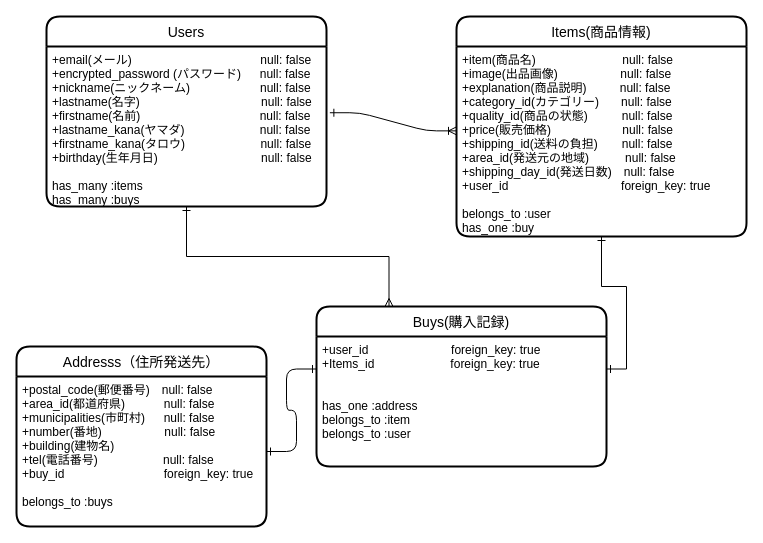
yux521/furima-32972 keeps this draw.io diagram as furima.dio. Above is the earlier version. Source tidied: cells renumbered, new cells numbered last; positions are measured from the earlier drawing's top-left corner, leaving out a move shared by most shapes. Both pictures are drawn from the tidied source at 100%, with x=0, y=0 at pixel (16, 16).
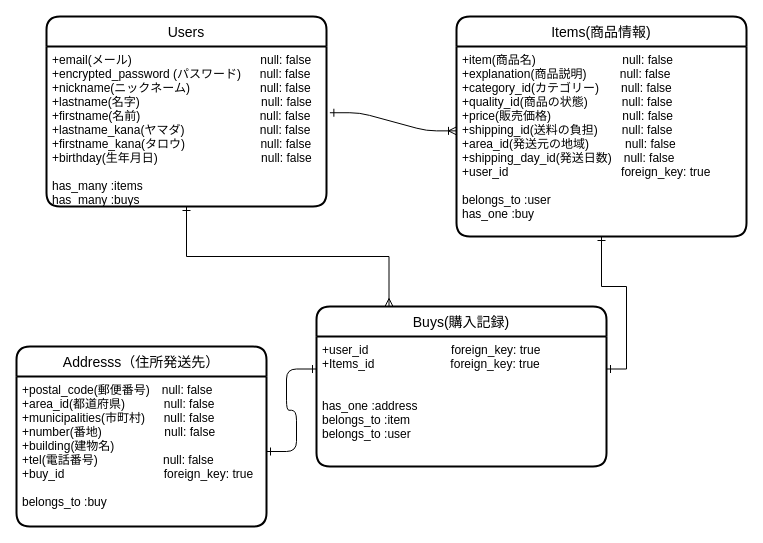
Above is the later version.

Commit message:
データベース設計（ER図の修正）

What changed in the source:
```diff
@@
 <mxGraphModel>
   <root>
     <mxCell id="0" />
     <mxCell id="1" parent="0" />
     <mxCell id="2" value="Users" style="swimlane;horizontal=1;startSize=30;rounded=1;fontSize=14;fontStyle=0;strokeWidth=2;shadow=0;dashed=0;align=center;" parent="1" vertex="1">
       <mxGeometry x="30" width="280" height="190" as="geometry" />
     </mxCell>
     <mxCell id="3" value="+email(メール)                 　　　　　　null: false&#10;+encrypted_password  (パスワード)　  null: false&#10;+nickname(ニックネーム)　　　　　   null: false&#10;+lastname(名字)　 　　　　　　　　   null: false&#10;+firstname(名前)　       　　　　　　　null: false&#10;+lastname_kana(ヤマダ)　　　　　　 null: false&#10;+firstname_kana(タロウ)　　　　 　　null: false&#10;+birthday(生年月日)          　　　　　   null: false&#10;&#10;has_many :items&#10;has_many :buys" style="align=left;strokeColor=none;fillColor=none;spacingLeft=4;fontSize=12;verticalAlign=top;" parent="2" vertex="1">
       <mxGeometry y="30" width="280" height="160" as="geometry" />
     </mxCell>
     <mxCell id="4" value="Items(商品情報)" style="swimlane;horizontal=1;startSize=30;rounded=1;fontSize=14;fontStyle=0;strokeWidth=2;shadow=0;dashed=0;align=center;" parent="1" vertex="1">
       <mxGeometry x="440" width="290" height="220" as="geometry" />
     </mxCell>
-    <mxCell id="5" value="+item(商品名)　　　　　        null: false&#10;+image(出品画像)　　　        null: false&#10;+explanation(商品説明)          null: false&#10;+category_id(カテゴリー)　   null: false&#10;+quality_id(商品の状態)　　   null: false&#10;+price(販売価格)　　　　       null: false&#10;+shipping_id(送料の負担)　　null: false&#10;+area_id(発送元の地域)　　　null: false&#10;+shipping_day_id(発送日数)　null: false&#10;+user_id 　                　  　    foreign_key: true&#10;&#10;belongs_to :user&#10;has_one :buy" style="align=left;strokeColor=none;fillColor=none;spacingLeft=4;fontSize=12;verticalAlign=top;" parent="4" vertex="1">
+    <mxCell id="5" value="+item(商品名)　　　　　        null: false&#10;+explanation(商品説明)          null: false&#10;+category_id(カテゴリー)　   null: false&#10;+quality_id(商品の状態)　　   null: false&#10;+price(販売価格)　　　　       null: false&#10;+shipping_id(送料の負担)　　null: false&#10;+area_id(発送元の地域)　　　null: false&#10;+shipping_day_id(発送日数)　null: false&#10;+user_id 　                　  　    foreign_key: true&#10;&#10;belongs_to :user&#10;has_one :buy" style="align=left;strokeColor=none;fillColor=none;spacingLeft=4;fontSize=12;verticalAlign=top;" parent="4" vertex="1">
       <mxGeometry y="30" width="290" height="190" as="geometry" />
     </mxCell>
     <mxCell id="6" style="edgeStyle=orthogonalEdgeStyle;rounded=0;jettySize=auto;html=1;exitX=0.25;exitY=0;exitDx=0;exitDy=0;entryX=0.5;entryY=1;entryDx=0;entryDy=0;startArrow=ERmany;startFill=0;endArrow=ERone;endFill=0;" parent="1" edge="1" source="7" target="3">
       <mxGeometry relative="1" as="geometry" />
     </mxCell>
     <mxCell id="7" value="Buys(購入記録)" style="swimlane;horizontal=1;startSize=30;rounded=1;fontSize=14;fontStyle=0;strokeWidth=2;shadow=0;dashed=0;align=center;" parent="1" vertex="1">
       <mxGeometry x="300" y="290" width="290" height="160" as="geometry" />
     </mxCell>
     <mxCell id="8" value="+user_id 　　             　foreign_key: true&#10;+Items_id　　　            foreign_key: true&#10;&#10;&#10;has_one :address&#10;belongs_to :item&#10;belongs_to :user" style="align=left;strokeColor=none;fillColor=none;spacingLeft=4;fontSize=12;verticalAlign=top;" parent="7" vertex="1">
       <mxGeometry y="30" width="290" height="130" as="geometry" />
     </mxCell>
     <mxCell id="9" value="Addresss（住所発送先）" style="swimlane;horizontal=1;startSize=30;rounded=1;fontSize=14;fontStyle=0;strokeWidth=2;shadow=0;dashed=0;align=center;" parent="1" vertex="1">
       <mxGeometry y="330" width="250" height="180" as="geometry" />
     </mxCell>
-    <mxCell id="10" value="+postal_code(郵便番号)　null: false&#10;+area_id(都道府県)　        null: false&#10;+municipalities(市町村)　  null: false&#10;+number(番地)      　　　  null: false&#10;+building(建物名) &#10;+tel(電話番号)　                null: false&#10;+buy_id　　　                   foreign_key: true&#10;&#10;belongs_to :buys" style="align=left;strokeColor=none;fillColor=none;spacingLeft=4;fontSize=12;verticalAlign=top;" parent="9" vertex="1">
+    <mxCell id="10" value="+postal_code(郵便番号)　null: false&#10;+area_id(都道府県)　        null: false&#10;+municipalities(市町村)　  null: false&#10;+number(番地)      　　　  null: false&#10;+building(建物名) &#10;+tel(電話番号)　                null: false&#10;+buy_id　　　                   foreign_key: true&#10;&#10;belongs_to :buy" style="align=left;strokeColor=none;fillColor=none;spacingLeft=4;fontSize=12;verticalAlign=top;" parent="9" vertex="1">
       <mxGeometry y="30" width="250" height="150" as="geometry" />
     </mxCell>
     <mxCell id="11" style="edgeStyle=entityRelationEdgeStyle;fontSize=12;html=1;endArrow=ERoneToMany;exitX=1.012;exitY=0.414;exitDx=0;exitDy=0;exitPerimeter=0;entryX=0;entryY=0.444;entryDx=0;entryDy=0;entryPerimeter=0;startArrow=ERone;startFill=0;" parent="1" edge="1" source="3" target="5">
       <mxGeometry relative="1" as="geometry" />
     </mxCell>
     <mxCell id="12" style="edgeStyle=entityRelationEdgeStyle;fontSize=12;html=1;endArrow=ERone;startArrow=ERone;entryX=0;entryY=0.25;entryDx=0;entryDy=0;endFill=0;startFill=0;" parent="1" edge="1" source="10" target="8">
       <mxGeometry relative="1" as="geometry" />
     </mxCell>
     <mxCell id="13" style="edgeStyle=orthogonalEdgeStyle;rounded=0;jettySize=auto;html=1;exitX=0.5;exitY=1;exitDx=0;exitDy=0;entryX=1;entryY=0.25;entryDx=0;entryDy=0;startArrow=ERone;startFill=0;endArrow=ERone;endFill=0;" parent="1" edge="1" source="5" target="8">
       <mxGeometry relative="1" as="geometry" />
     </mxCell>
   </root>
 </mxGraphModel>
```
